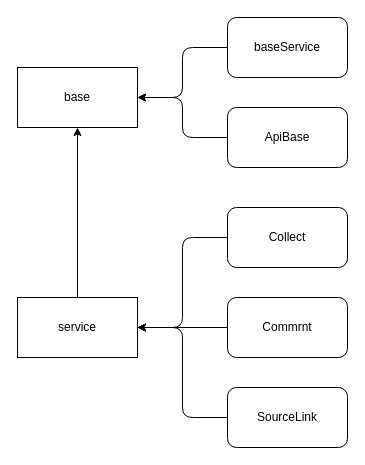
Earlier version of the draw.io diagram docs/controler.drawio (tower-town/Koala-Hacker-News). Source tidied: cells renumbered, new cells numbered last; positions are measured from the earlier drawing's top-left corner, leaving out a move shared by most shapes. Both pictures are drawn from the tidied source at 100%, with x=0, y=0 at pixel (17, 17).
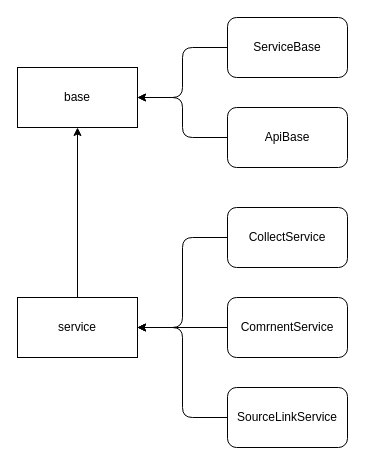
After the change.

Diff of the diagram source:
```diff
@@
 <mxGraphModel>
   <root>
     <mxCell id="0" />
     <mxCell id="1" parent="0" />
     <mxCell id="2" style="edgeStyle=orthogonalEdgeStyle;html=1;" parent="1" edge="1" source="3" target="4">
       <mxGeometry relative="1" as="geometry" />
     </mxCell>
     <mxCell id="3" value="service" style="rounded=0;whiteSpace=wrap;html=1;" parent="1" vertex="1">
       <mxGeometry y="280" width="120" height="60" as="geometry" />
     </mxCell>
     <mxCell id="4" value="base" style="rounded=0;whiteSpace=wrap;html=1;" parent="1" vertex="1">
       <mxGeometry y="50" width="120" height="60" as="geometry" />
     </mxCell>
     <mxCell id="5" style="edgeStyle=orthogonalEdgeStyle;html=1;" parent="1" edge="1" source="6" target="4">
       <mxGeometry relative="1" as="geometry" />
     </mxCell>
-    <mxCell id="6" value="baseService" style="rounded=1;whiteSpace=wrap;html=1;" parent="1" vertex="1">
+    <mxCell id="6" value="ServiceBase" style="rounded=1;whiteSpace=wrap;html=1;" parent="1" vertex="1">
       <mxGeometry x="210" width="120" height="60" as="geometry" />
     </mxCell>
     <mxCell id="7" style="edgeStyle=orthogonalEdgeStyle;html=1;entryX=1;entryY=0.5;entryDx=0;entryDy=0;" parent="1" edge="1" source="8" target="3">
       <mxGeometry relative="1" as="geometry" />
     </mxCell>
-    <mxCell id="8" value="Collect" style="rounded=1;whiteSpace=wrap;html=1;" parent="1" vertex="1">
+    <mxCell id="8" value="CollectService" style="rounded=1;whiteSpace=wrap;html=1;" parent="1" vertex="1">
       <mxGeometry x="210" y="190" width="120" height="60" as="geometry" />
     </mxCell>
     <mxCell id="9" style="edgeStyle=orthogonalEdgeStyle;html=1;exitX=0;exitY=0.5;exitDx=0;exitDy=0;entryX=1;entryY=0.5;entryDx=0;entryDy=0;" parent="1" edge="1" source="10" target="3">
       <mxGeometry relative="1" as="geometry" />
     </mxCell>
-    <mxCell id="10" value="Commrnt" style="rounded=1;whiteSpace=wrap;html=1;" parent="1" vertex="1">
+    <mxCell id="10" value="ComrnentService" style="rounded=1;whiteSpace=wrap;html=1;" parent="1" vertex="1">
       <mxGeometry x="210" y="280" width="120" height="60" as="geometry" />
     </mxCell>
     <mxCell id="11" style="edgeStyle=orthogonalEdgeStyle;html=1;" parent="1" edge="1" source="12" target="4">
       <mxGeometry relative="1" as="geometry" />
     </mxCell>
     <mxCell id="12" value="ApiBase" style="rounded=1;whiteSpace=wrap;html=1;" parent="1" vertex="1">
       <mxGeometry x="210" y="90" width="120" height="60" as="geometry" />
     </mxCell>
     <mxCell id="13" style="edgeStyle=orthogonalEdgeStyle;html=1;exitX=0;exitY=0.5;exitDx=0;exitDy=0;entryX=1;entryY=0.5;entryDx=0;entryDy=0;" parent="1" edge="1" source="14" target="3">
       <mxGeometry relative="1" as="geometry" />
     </mxCell>
-    <mxCell id="14" value="SourceLink" style="rounded=1;whiteSpace=wrap;html=1;" parent="1" vertex="1">
+    <mxCell id="14" value="SourceLinkService" style="rounded=1;whiteSpace=wrap;html=1;" parent="1" vertex="1">
       <mxGeometry x="210" y="370" width="120" height="60" as="geometry" />
     </mxCell>
   </root>
 </mxGraphModel>
```
